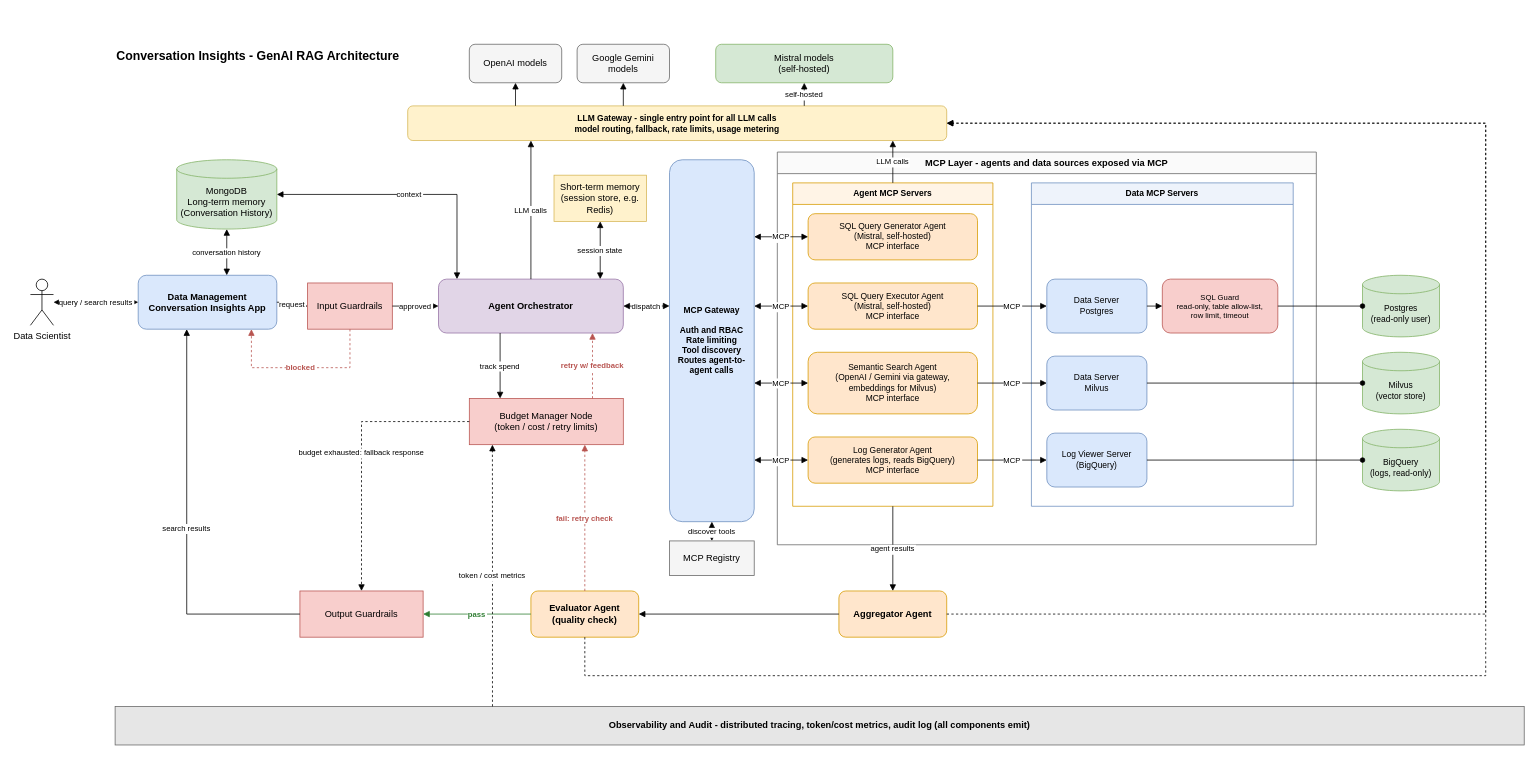
Above: Conversational_Insights/Conversational_Insights_Architecture.drawio in sanjeetkhanuja/architecture-docs (draw.io), before the change. Source tidied: cells renumbered, new cells numbered last; positions are measured from the earlier drawing's top-left corner, leaving out a move shared by most shapes. Both pictures are drawn from the tidied source at 77%, with x=0, y=0 at pixel (30, 44).
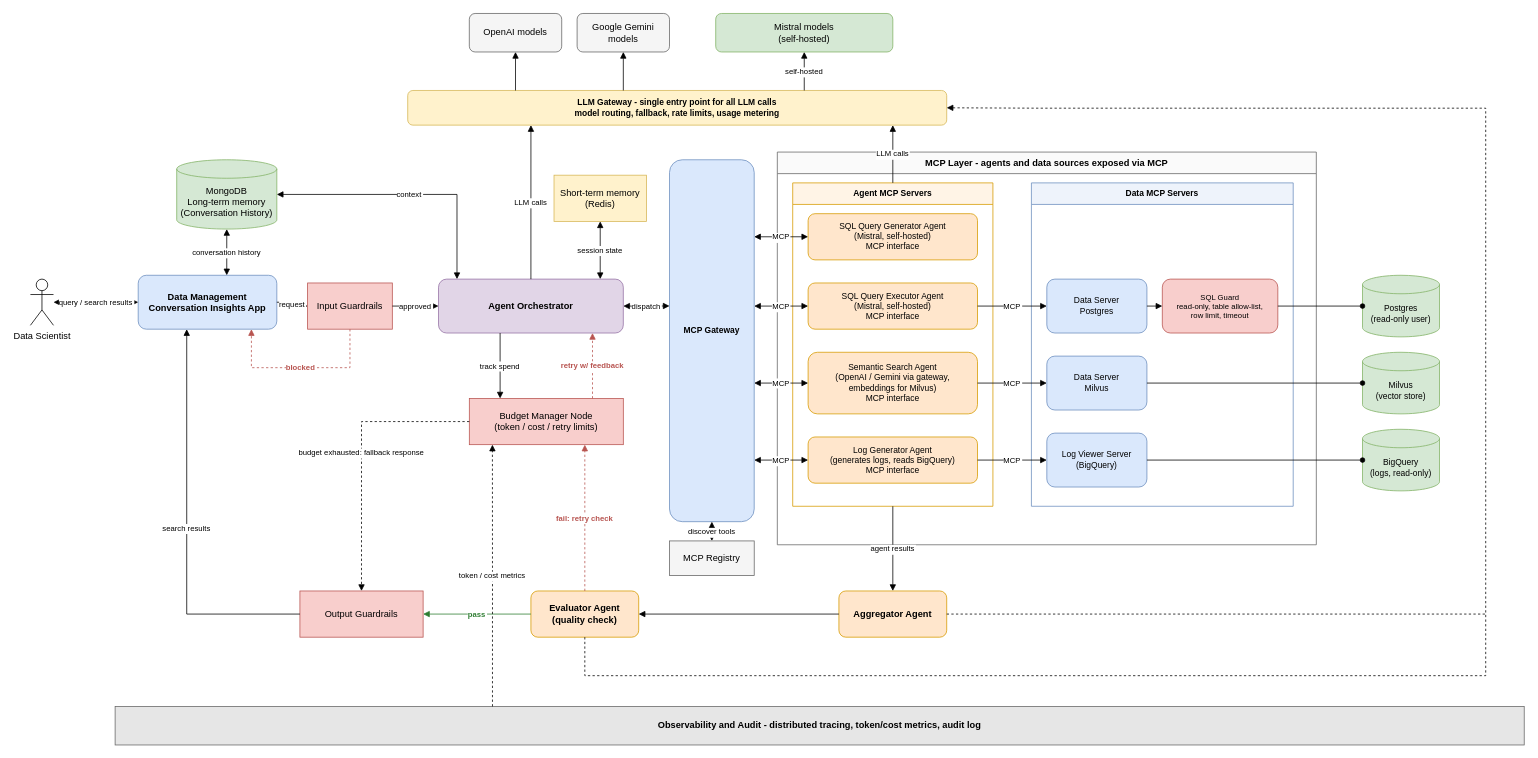
The same diagram, later.

Commit message (it also covers changes not shown here):
Conversational Insights architecture overview

Unchanged cells that the change refers to:
```xml
<mxCell id="16" value="MCP Layer - agents and data sources exposed via MCP" style="swimlane;whiteSpace=wrap;startSize=28;fillColor=#fafafa;strokeColor=#666666;fontStyle=1;" parent="1" vertex="1">
  <mxGeometry x="970" y="140" width="700" height="510" as="geometry" />
</mxCell>
<mxCell id="23" value="Data Server&#10;Postgres" style="rounded=1;whiteSpace=wrap;fillColor=#dae8fc;strokeColor=#6c8ebf;fontSize=11;" parent="18" vertex="1">
  <mxGeometry x="20" y="125" width="130" height="70" as="geometry" />
</mxCell>
<mxCell id="24" value="SQL Guard&#10;read-only, table allow-list,&#10;row limit, timeout" style="rounded=1;whiteSpace=wrap;fillColor=#f8cecc;strokeColor=#b85450;fontSize=10;" parent="18" vertex="1">
  <mxGeometry x="170" y="125" width="150" height="70" as="geometry" />
</mxCell>
<mxCell id="30" value="Aggregator Agent" style="rounded=1;whiteSpace=wrap;fillColor=#ffe6cc;strokeColor=#d79b00;fontStyle=1;" parent="1" vertex="1">
  <mxGeometry x="1050" y="710" width="140" height="60" as="geometry" />
</mxCell>
<mxCell id="31" value="Evaluator Agent&#10;(quality check)" style="rounded=1;whiteSpace=wrap;fillColor=#ffe6cc;strokeColor=#d79b00;fontStyle=1;" parent="1" vertex="1">
  <mxGeometry x="650" y="710" width="140" height="60" as="geometry" />
</mxCell>
```

Diff of the diagram source:
```diff
@@
-    <mxCell id="2" value="Conversation Insights - GenAI RAG Architecture" style="text;html=1;align=left;verticalAlign=middle;fontStyle=1;fontSize=16;" parent="1" vertex="1">
-      <mxGeometry x="110" width="420" height="30" as="geometry" />
-    </mxCell>
@@
-    <mxCell id="8" value="Short-term memory&#10;(session store, e.g. Redis)" style="rounded=0;whiteSpace=wrap;fillColor=#fff2cc;strokeColor=#d6b656;" parent="1" vertex="1">
+    <mxCell id="8" value="Short-term memory&#10;(Redis)" style="rounded=0;whiteSpace=wrap;fillColor=#fff2cc;strokeColor=#d6b656;" parent="1" vertex="1">
       <mxGeometry x="680" y="170" width="120" height="60" as="geometry" />
     </mxCell>
@@
     <mxCell id="10" value="OpenAI models" style="rounded=1;whiteSpace=wrap;fillColor=#f5f5f5;strokeColor=#666666;" parent="1" vertex="1">
-      <mxGeometry x="570" width="120" height="50" as="geometry" />
+      <mxGeometry x="570" y="-40" width="120" height="50" as="geometry" />
     </mxCell>
     <mxCell id="11" value="Google Gemini models" style="rounded=1;whiteSpace=wrap;fillColor=#f5f5f5;strokeColor=#666666;" parent="1" vertex="1">
-      <mxGeometry x="710" width="120" height="50" as="geometry" />
+      <mxGeometry x="710" y="-40" width="120" height="50" as="geometry" />
     </mxCell>
     <mxCell id="12" value="Mistral models&#10;(self-hosted)" style="rounded=1;whiteSpace=wrap;fillColor=#d5e8d4;strokeColor=#82b366;" parent="1" vertex="1">
-      <mxGeometry x="890" width="230" height="50" as="geometry" />
+      <mxGeometry x="890" y="-40" width="230" height="50" as="geometry" />
     </mxCell>
     <mxCell id="13" value="LLM Gateway - single entry point for all LLM calls&#10;model routing, fallback, rate limits, usage metering" style="rounded=1;whiteSpace=wrap;fillColor=#fff2cc;strokeColor=#d6b656;fontStyle=1;fontSize=11;" parent="1" vertex="1">
-      <mxGeometry x="490" y="80" width="700" height="45" as="geometry" />
+      <mxGeometry x="490" y="60" width="700" height="45" as="geometry" />
     </mxCell>
-    <mxCell id="14" value="MCP Gateway&#10;&#10;Auth and RBAC&#10;Rate limiting&#10;Tool discovery&#10;Routes agent-to-agent calls" style="rounded=1;whiteSpace=wrap;fillColor=#dae8fc;strokeColor=#6c8ebf;fontStyle=1;fontSize=11;" parent="1" vertex="1">
+    <mxCell id="14" value="MCP Gateway&#10;&#10;" style="rounded=1;whiteSpace=wrap;fillColor=#dae8fc;strokeColor=#6c8ebf;fontStyle=1;fontSize=11;" parent="1" vertex="1">
       <mxGeometry x="830" y="150" width="110" height="470" as="geometry" />
     </mxCell>
@@
-    <mxCell id="18" value="Data MCP Servers" style="swimlane;whiteSpace=wrap;startSize=28;fillColor=#eef3fb;strokeColor=#6c8ebf;fontStyle=1;fontSize=11;" parent="16" vertex="1">
-      <mxGeometry x="330" y="40" width="340" height="420" as="geometry" />
-    </mxCell>
@@
+    <mxCell id="18" value="Data MCP Servers" style="swimlane;whiteSpace=wrap;startSize=28;fillColor=#eef3fb;strokeColor=#6c8ebf;fontStyle=1;fontSize=11;" parent="16" vertex="1">
+      <mxGeometry x="330" y="40" width="340" height="420" as="geometry" />
+    </mxCell>
@@
+    <mxCell id="59" style="edgeStyle=orthogonalEdgeStyle;rounded=0;endArrow=block;endFill=1;fontSize=10;labelBackgroundColor=#ffffff;" parent="18" edge="1" source="23" target="24">
+      <mxGeometry relative="1" as="geometry" />
+    </mxCell>
@@
-    <mxCell id="33" value="Observability and Audit - distributed tracing, token/cost metrics, audit log (all components emit)" style="rounded=0;whiteSpace=wrap;fillColor=#e6e6e6;strokeColor=#666666;fontStyle=1;" parent="1" vertex="1">
+    <mxCell id="33" value="Observability and Audit - distributed tracing, token/cost metrics, audit log" style="rounded=0;whiteSpace=wrap;fillColor=#e6e6e6;strokeColor=#666666;fontStyle=1;" parent="1" vertex="1">
       <mxGeometry x="110" y="860" width="1830" height="50" as="geometry" />
     </mxCell>
@@
-    <mxCell id="46" style="edgeStyle=orthogonalEdgeStyle;rounded=0;endArrow=block;endFill=1;fontSize=10;labelBackgroundColor=#ffffff;exitX=1;exitY=0.5;exitDx=0;exitDy=0;entryX=1;entryY=0.5;entryDx=0;entryDy=0;dashed=1;" parent="1" edge="1" source="30" target="13">
-      <mxGeometry relative="1" as="geometry">
-        <Array as="points">
-          <mxPoint x="1890" y="740" />
-          <mxPoint x="1890" y="102" />
-        </Array>
-      </mxGeometry>
-    </mxCell>
     <mxCell id="47" style="edgeStyle=orthogonalEdgeStyle;rounded=0;endArrow=block;endFill=1;fontSize=10;labelBackgroundColor=#ffffff;exitX=0.5;exitY=1;exitDx=0;exitDy=0;entryX=1;entryY=0.5;entryDx=0;entryDy=0;dashed=1;" parent="1" edge="1" source="31" target="13">
       <mxGeometry relative="1" as="geometry">
         <Array as="points">
           <mxPoint x="720" y="820" />
           <mxPoint x="1890" y="820" />
-          <mxPoint x="1890" y="102" />
+          <mxPoint x="1890" y="83" />
+          <mxPoint x="1310" y="83" />
         </Array>
       </mxGeometry>
     </mxCell>
@@
-    <mxCell id="59" style="edgeStyle=orthogonalEdgeStyle;rounded=0;endArrow=block;endFill=1;fontSize=10;labelBackgroundColor=#ffffff;" parent="18" edge="1" source="23" target="24">
-      <mxGeometry relative="1" as="geometry" />
-    </mxCell>
@@
+    <mxCell id="70" style="endArrow=none;dashed=1;html=1;rounded=0;exitX=1;exitY=0.5;exitDx=0;exitDy=0;" parent="1" edge="1" source="30">
+      <mxGeometry relative="1" as="geometry">
+        <mxPoint x="1890" y="740" as="targetPoint" />
+      </mxGeometry>
+    </mxCell>
```
